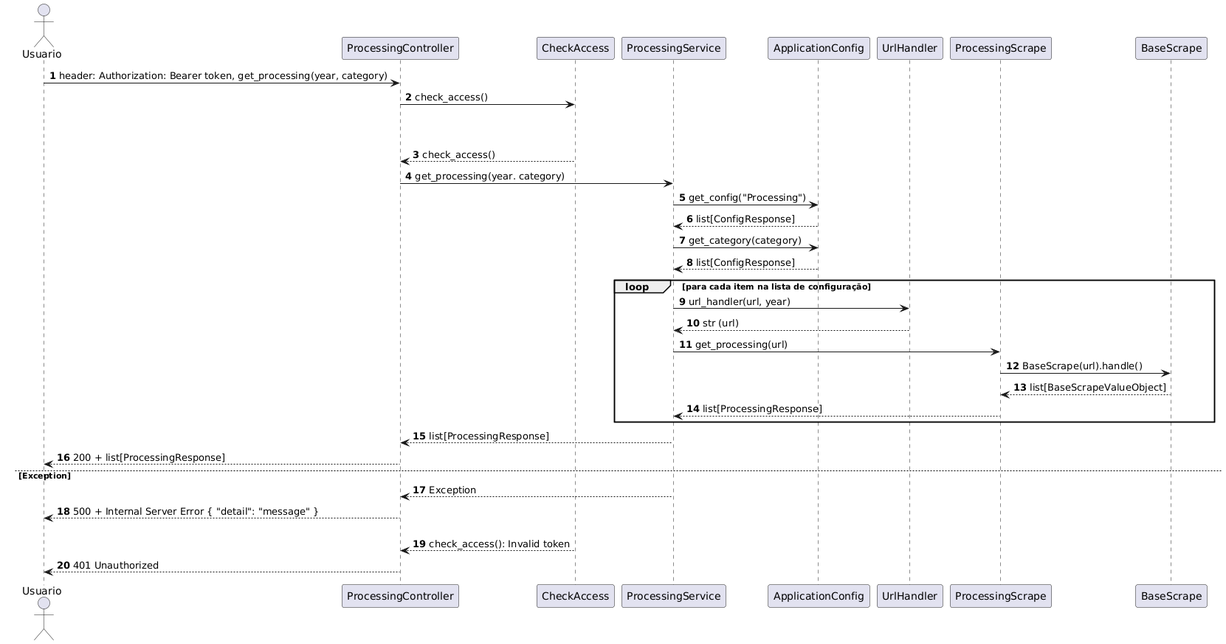
Above: app/architecture_diagrams/sequence_endpoint_processing.png in henriquecomp/vinicultura (PlantUML), before the change.
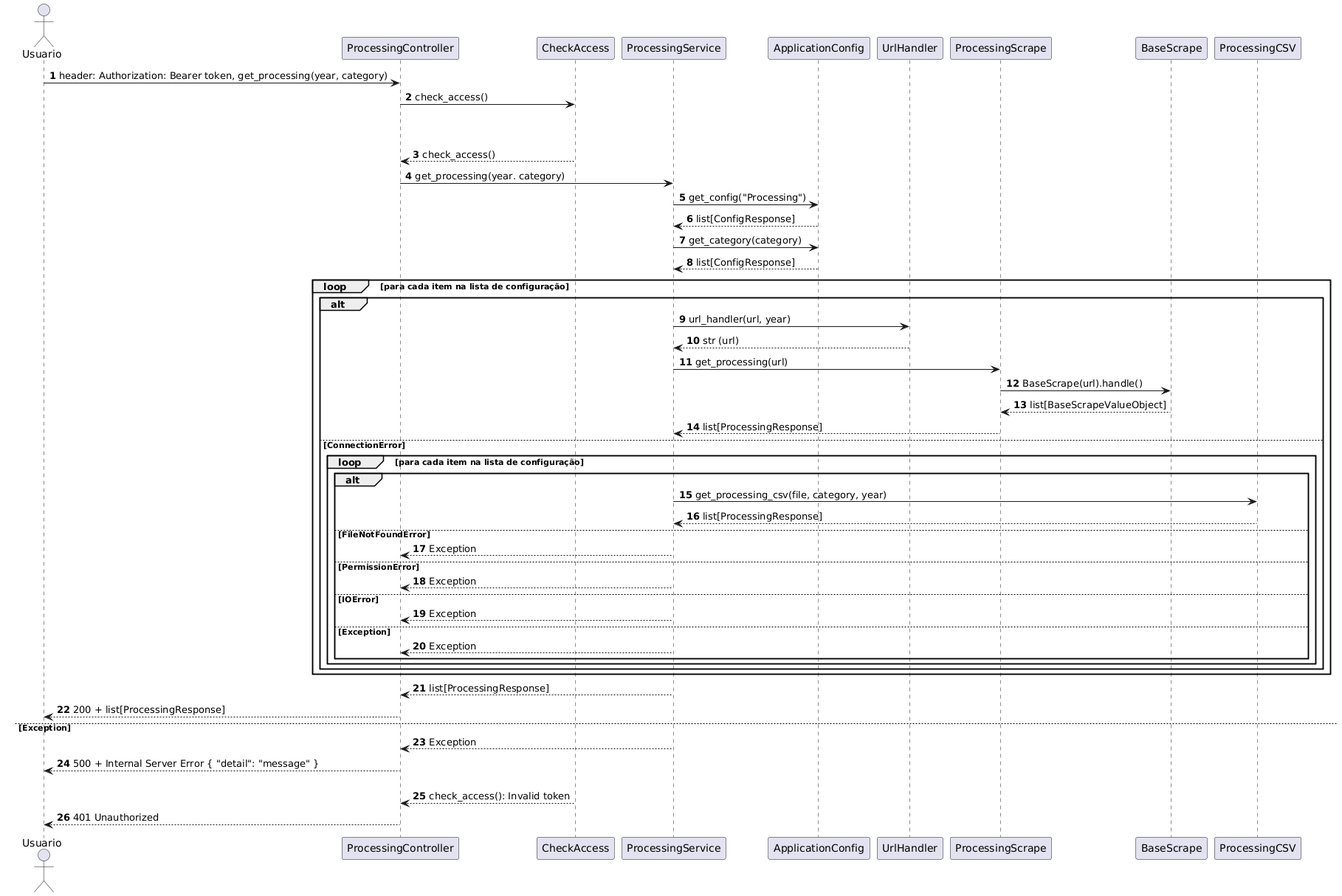
The same diagram one commit later.

The edit, as a diff of the source:
```diff
@@ -8,6 +8,7 @@
 participant "UrlHandler" as UrlHandler
 participant "ProcessingScrape" as Scrape
 participant "BaseScrape" as BaseScrape
+participant "ProcessingCSV" as CSV
 
 Usuario -> Controller: header: Authorization: Bearer token, get_processing(year, category)
 Controller -> CheckAccess: check_access()
@@ -21,12 +22,29 @@
         Application -> Config: get_category(category)
         Config --> Application: list[ConfigResponse]
         loop para cada item na lista de configuração
-            Application -> UrlHandler: url_handler(url, year)
-            UrlHandler --> Application: str (url)
-            Application -> Scrape: get_processing(url)
-            Scrape -> BaseScrape: BaseScrape(url).handle()
-            BaseScrape --> Scrape: list[BaseScrapeValueObject]
-            Scrape --> Application: list[ProcessingResponse]
+            alt
+                Application -> UrlHandler: url_handler(url, year)
+                UrlHandler --> Application: str (url)
+                Application -> Scrape: get_processing(url)
+                Scrape -> BaseScrape: BaseScrape(url).handle()
+                BaseScrape --> Scrape: list[BaseScrapeValueObject]
+                Scrape --> Application: list[ProcessingResponse]
+            else ConnectionError
+                loop para cada item na lista de configuração
+                    alt
+                        Application -> CSV : get_processing_csv(file, category, year)
+                        CSV --> Application : list[ProcessingResponse]
+                    else FileNotFoundError
+                        Application --> Controller : Exception
+                    else PermissionError
+                        Application --> Controller : Exception
+                    else IOError
+                        Application --> Controller : Exception
+                    else Exception
+                        Application --> Controller : Exception
+                    end
+                end
+            end
         end
         Application --> Controller: list[ProcessingResponse]
         Controller --> Usuario: 200 + list[ProcessingResponse]
```
